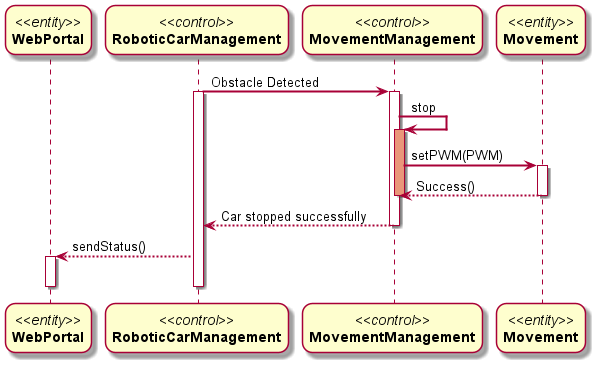
Earlier version of the PlantUML export Docs/Sequence Diagrams/Project Sequence-Diagram-UC6.png (DanielFYJ/2101-2201-Project).
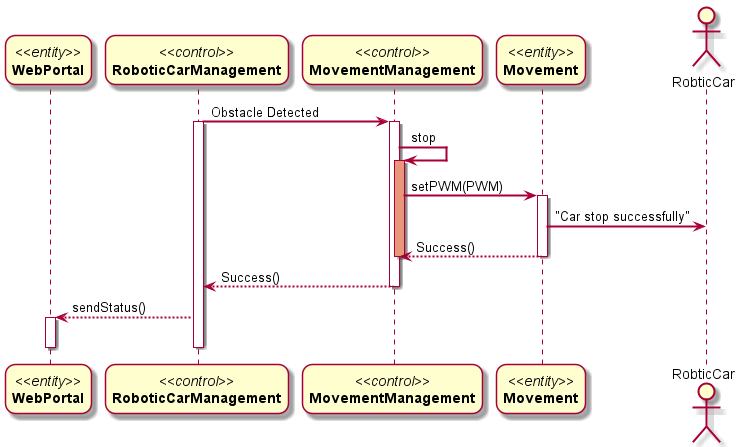
Later version of the same file.

Commit message:
Update Sequence Diagram due to error

The edit, as a diff of the source:
```diff
@@ -6,6 +6,7 @@
 participant "//<<control>>//\n**RoboticCarManagement**" as RoboticCarManagement
 participant "//<<control>>//\n**MovementManagement**" as B
 participant "//<<entity>>//\n**Movement**" as C
+actor "RobticCar" as RC
 RoboticCarManagement -> B : Obstacle Detected
 activate RoboticCarManagement
 activate B
@@ -13,10 +14,11 @@
 activate B #DarkSalmon
 B-> C : setPWM(PWM)
 activate C
+C -> RC : "Car stop successfully"
 C --> B : Success()
 deactivate C
 deactivate B
-B --> RoboticCarManagement: Car stopped successfully
+B --> RoboticCarManagement: Success()
 deactivate B
 
 RoboticCarManagement --> WebPortal: sendStatus()
```
